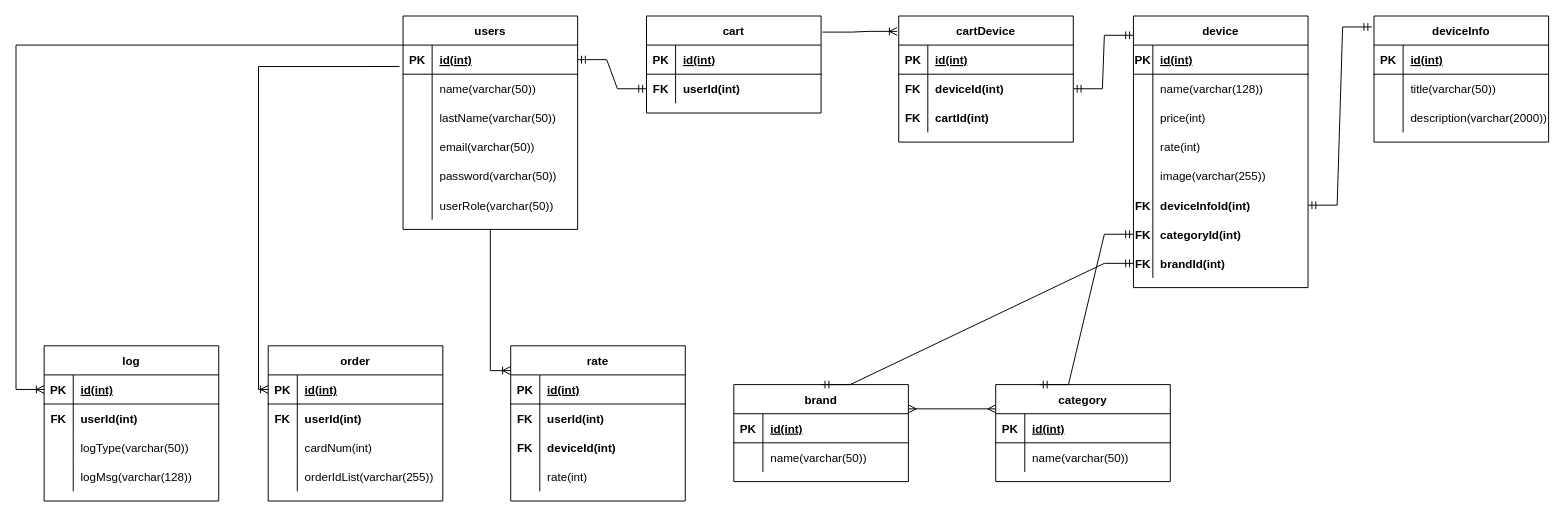
Earlier version of the draw.io diagram Lab2/Lab2.drawio (Freasylol/MDiSUBD). Source tidied: cells renumbered, new cells numbered last; positions are measured from the earlier drawing's top-left corner, leaving out a move shared by most shapes. Both pictures are drawn from the tidied source at 97%, with x=0, y=0 at pixel (16, 16).
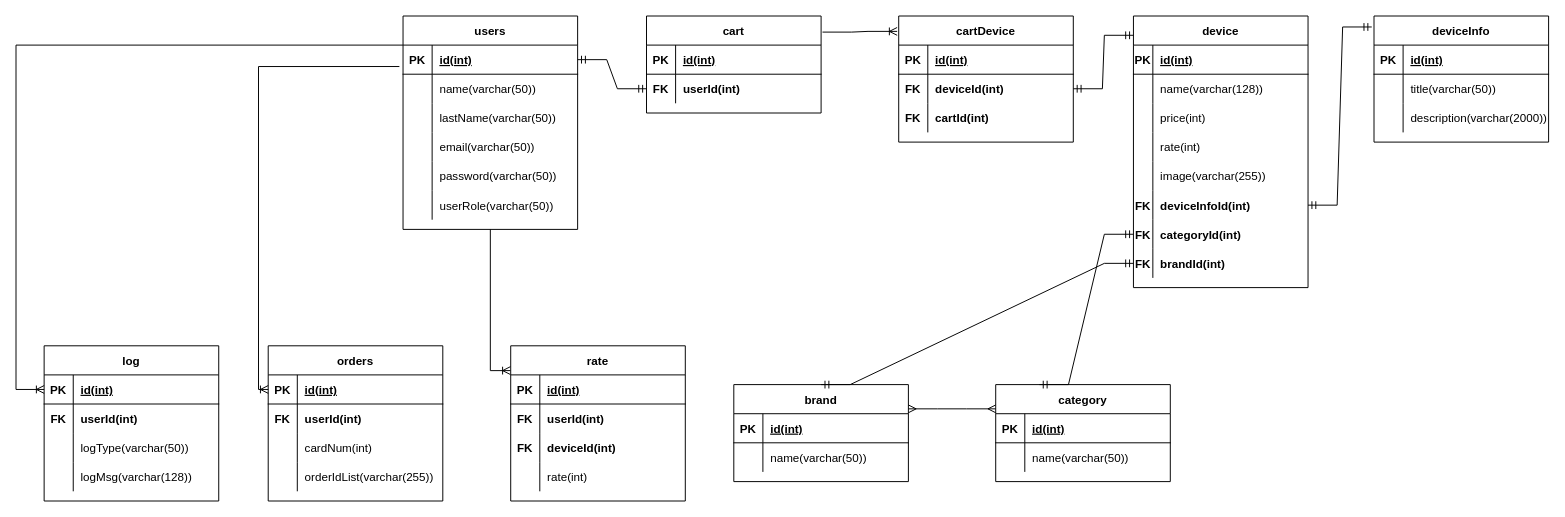
After the change.

What changed in the source:
```diff
@@
-    <mxCell id="107" value="order" style="shape=table;startSize=30;childLayout=tableLayout;rowLines=0;fontStyle=1;align=center;" parent="1" vertex="1">
+    <mxCell id="107" value="orders" style="shape=table;startSize=30;childLayout=tableLayout;rowLines=0;fontStyle=1;align=center;" parent="1" vertex="1">
       <mxGeometry x="260" y="340" width="180" height="160" as="geometry" />
     </mxCell>
```
